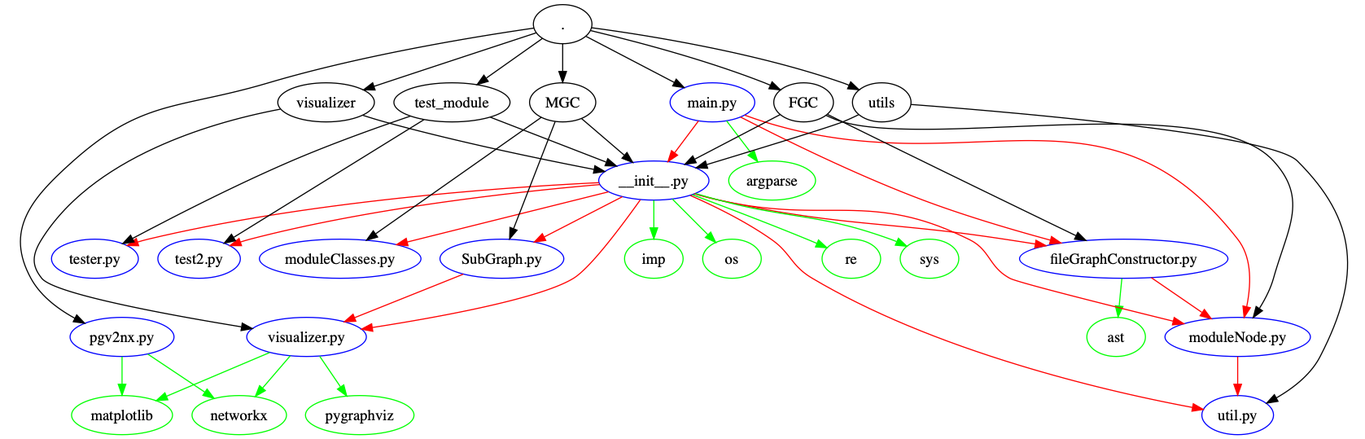
This is file_structure.png from reggiehsu111/PyDepends, a Graphviz export, as it was before one commit. Its source is kept beside it as file_structure.dot.
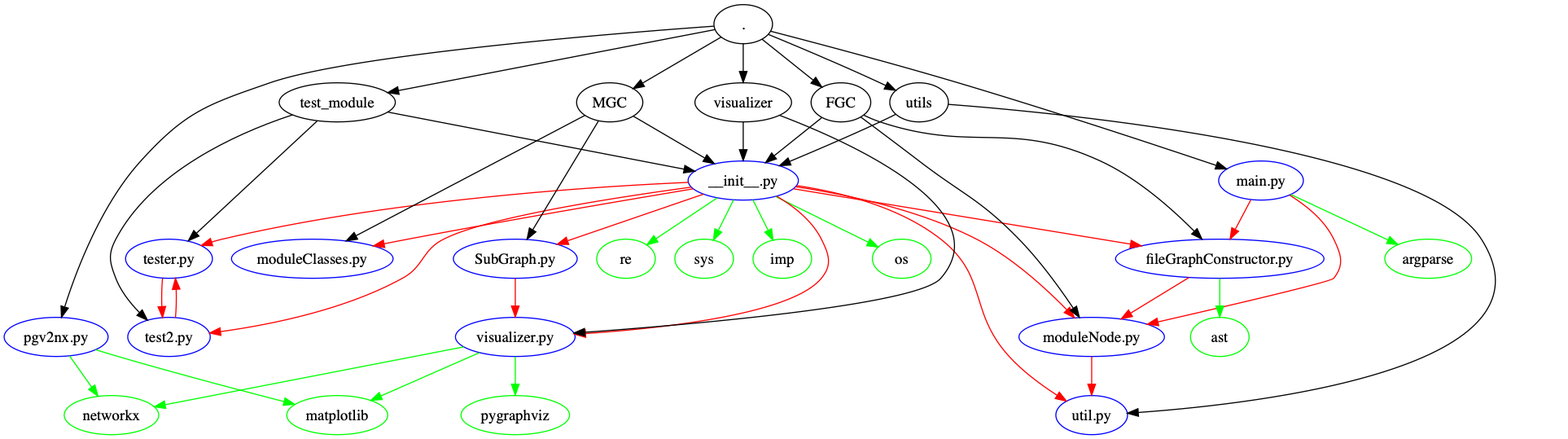
Above is the later version.

Diff of the diagram source:
```diff
@@ -1,187 +1,188 @@
 digraph "" {
-	graph [bb="0,0,1223.3,396"];
+	graph [bb="0,0,1373.8,396"];
 	node [label="\N"];
 	networkx	 [color=green,
 		height=0.5,
-		pos="201.82,18",
+		pos="98.692,18",
 		width=1.2085];
 	"pgv2nx.py"	 [color=blue,
 		height=0.5,
-		pos="93.817,90",
+		pos="47.692,90",
 		width=1.3248];
 	"pgv2nx.py" -> networkx	 [color=green,
-		pos="e,178.54,33.516 117.52,74.199 132.96,63.906 153.28,50.356 170.11,39.139"];
+		pos="e,86.283,35.518 60.037,72.571 66.131,63.968 73.605,53.416 80.352,43.891"];
 	matplotlib	 [color=green,
 		height=0.5,
-		pos="93.817,18",
+		pos="306.69,18",
 		width=1.2906];
 	"pgv2nx.py" -> matplotlib	 [color=green,
-		pos="e,93.817,36.413 93.817,71.831 93.817,64.131 93.817,54.974 93.817,46.417"];
+		pos="e,267.45,27.938 84.107,78.234 90.931,76.105 98.016,73.945 104.69,72 156.69,56.848 216.69,41.015 257.7,30.442"];
 	argparse	 [color=green,
 		height=0.5,
-		pos="692.82,234",
+		pos="1311.7,162",
 		width=1.1084];
 	"main.py"	 [color=blue,
 		height=0.5,
-		pos="637.82,306",
+		pos="1157.7,234",
 		width=1.079];
 	"main.py" -> argparse	 [color=green,
-		pos="e,679.49,251.44 650.85,288.94 657.53,280.19 665.81,269.35 673.24,259.63"];
+		pos="e,1283.9,175 1185.2,221.13 1210.1,209.48 1247.1,192.22 1274.6,179.36"];
 	"fileGraphConstructor.py"	 [color=blue,
 		height=0.5,
-		pos="1016.8,162",
+		pos="1119.7,162",
 		width=2.6621];
 	"main.py" -> "fileGraphConstructor.py"	 [color=red,
-		pos="e,959,176.48 663.64,292.5 700.32,273.67 769.95,239.23 831.82,216 870.04,201.65 913.86,188.71 949.25,179.1"];
+		pos="e,1129.2,180.09 1148.3,216.2 1144,208.04 1138.8,198.19 1134,189.14"];
 	"moduleNode.py"	 [color=blue,
 		height=0.5,
-		pos="1121.8,90",
+		pos="1001.7,90",
 		width=1.8567];
 	"main.py" -> "moduleNode.py"	 [color=red,
-		pos="e,1127.7,107.98 667.59,294.22 673.58,292.03 679.87,289.85 685.82,288 876.49,228.85 998.79,337.22 1121.8,180 1135.4,162.69 1134,137.21 \
-1130.1,117.78"];
+		pos="e,1052.9,101.58 1184,220.58 1198.9,211.38 1216.2,197.65 1224.7,180 1231.6,165.57 1234.6,156.57 1224.7,144 1222.1,140.73 1127.8,118.7 \
+1062.7,103.81"];
+	"fileGraphConstructor.py" -> "moduleNode.py"	 [color=red,
+		pos="e,1028.9,106.61 1091.4,144.75 1075.3,134.91 1054.9,122.46 1037.6,111.92"];
+	ast	 [color=green,
+		height=0.5,
+		pos="1119.7,90",
+		width=0.75];
+	"fileGraphConstructor.py" -> ast	 [color=green,
+		pos="e,1119.7,108.41 1119.7,143.83 1119.7,136.13 1119.7,126.97 1119.7,118.42"];
+	"util.py"	 [color=blue,
+		height=0.5,
+		pos="1001.7,18",
+		width=0.91539];
+	"moduleNode.py" -> "util.py"	 [color=red,
+		pos="e,1001.7,36.413 1001.7,71.831 1001.7,64.131 1001.7,54.974 1001.7,46.417"];
+	"tester.py"	 [color=blue,
+		height=0.5,
+		pos="151.69,162",
+		width=1.1063];
+	"test2.py"	 [color=blue,
+		height=0.5,
+		pos="151.69,90",
+		width=1.0518];
+	"tester.py" -> "test2.py"	 [color=red,
+		pos="e,145.76,107.91 145.74,143.83 144.98,136.01 144.76,126.69 145.09,118.02"];
+	"test2.py" -> "tester.py"	 [color=red,
+		pos="e,157.64,143.83 157.62,107.91 158.39,115.7 158.62,125.01 158.3,133.69"];
 	"__init__.py"	 [color=blue,
 		height=0.5,
-		pos="583.82,234",
+		pos="680.69,234",
 		width=1.4067];
-	"main.py" -> "__init__.py"	 [color=red,
-		pos="e,596.9,251.44 625.02,288.94 618.46,280.19 610.33,269.35 603.04,259.63"];
-	"fileGraphConstructor.py" -> "moduleNode.py"	 [color=red,
-		pos="e,1097.4,106.77 1042.2,144.57 1056.2,134.97 1073.8,122.94 1088.8,112.62"];
-	ast	 [color=green,
-		height=0.5,
-		pos="1009.8,90",
-		width=0.75];
-	"fileGraphConstructor.py" -> ast	 [color=green,
-		pos="e,1011.6,108.41 1015.1,143.83 1014.3,136.13 1013.4,126.97 1012.6,118.42"];
-	"util.py"	 [color=blue,
-		height=0.5,
-		pos="1121.8,18",
-		width=0.91539];
-	"moduleNode.py" -> "util.py"	 [color=red,
-		pos="e,1121.8,36.413 1121.8,71.831 1121.8,64.131 1121.8,54.974 1121.8,46.417"];
 	"__init__.py" -> "fileGraphConstructor.py"	 [color=red,
-		pos="e,945.26,173.99 621.35,221.77 628.74,219.63 636.48,217.59 643.82,216 759.11,190.97 790.15,197.53 906.82,180 916.05,178.61 925.71,\
-177.11 935.3,175.58"];
+		pos="e,1047.4,173.86 726.84,226.43 800.47,214.36 945.54,190.56 1037.3,175.51"];
 	"__init__.py" -> "moduleNode.py"	 [color=red,
-		pos="e,1072.2,102.11 621.38,221.88 628.77,219.74 636.5,217.66 643.82,216 744.71,193.08 780.96,225.64 873.82,180 894.7,169.74 891.46,155.26 \
-911.82,144 918.57,140.27 1002.7,119.19 1062.4,104.5"];
+		pos="e,985.86,107.65 729.04,228.29 774.14,221.5 842.3,207.46 895.69,180 927.86,163.45 958.69,135.44 978.73,115.05"];
 	"__init__.py" -> "util.py"	 [color=red,
-		pos="e,1090.1,23.224 617.37,220.31 639.44,210.57 668.47,196.36 691.82,180 710.87,166.65 709.8,155.85 729.82,144 846.57,74.854 1005.7,\
-38.974 1080.2,25.045"];
-	"tester.py"	 [color=blue,
-		height=0.5,
-		pos="68.817,162",
-		width=1.1063];
+		pos="e,978.44,30.912 730.05,229.36 769.49,223.46 824.32,210.12 862.69,180 906.4,145.68 888.2,113.02 925.69,72 938.35,58.149 955.13,45.769 \
+969.71,36.367"];
 	"__init__.py" -> "tester.py"	 [color=red,
-		pos="e,98.532,174.19 533.14,232.05 446.82,227.86 266.18,215.32 117.82,180 114.64,179.24 111.39,178.35 108.15,177.36"];
-	"test2.py"	 [color=blue,
-		height=0.5,
-		pos="164.82,162",
-		width=1.0518];
+		pos="e,181.4,174.2 630.26,232.3 542.06,228.45 354.53,216.35 200.69,180 197.52,179.25 194.27,178.35 191.02,177.37"];
 	"__init__.py" -> "test2.py"	 [color=red,
-		pos="e,193.32,174.07 534.08,230.3 462.07,224.16 325.01,209.5 211.82,180 208.87,179.23 205.85,178.34 202.84,177.37"];
+		pos="e,189.16,93.574 632.77,227.91 564.67,218.7 443.81,200.16 404.69,180 384.01,169.34 387.08,155.2 366.69,144 313.65,114.87 244.64,101.15 \
+199.3,94.902"];
 	os	 [color=green,
 		height=0.5,
-		pos="655.82,162",
+		pos="826.69,162",
 		width=0.75];
 	"__init__.py" -> os	 [color=green,
-		pos="e,640.83,176.99 600.88,216.94 610.65,207.17 623.02,194.79 633.55,184.26"];
+		pos="e,804.9,172.75 710.59,219.26 735.44,207 770.69,189.62 795.81,177.23"];
 	"moduleClasses.py"	 [color=blue,
 		height=0.5,
-		pos="294.82,162",
+		pos="283.69,162",
 		width=2.0616];
 	"__init__.py" -> "moduleClasses.py"	 [color=red,
-		pos="e,346.79,174.95 542.1,223.61 493.44,211.48 412.53,191.33 356.58,177.39"];
+		pos="e,339.98,173.76 634.55,226.36 574.08,216.26 464.79,197.65 371.69,180 364.63,178.66 357.27,177.22 349.93,175.76"];
 	"visualizer.py"	 [color=blue,
 		height=0.5,
-		pos="263.82,90",
+		pos="470.69,90",
 		width=1.5293];
 	"__init__.py" -> "visualizer.py"	 [color=red,
-		pos="e,314.45,97.12 571.39,216.25 554.62,192.79 525.09,153.35 509.82,144 479.26,125.29 387.02,108.41 324.59,98.678"];
+		pos="e,525.4,92.461 711.47,219.56 726.86,210.54 744.03,197.33 752.69,180 759.85,165.69 762.89,156.33 752.69,144 725.69,111.34 610.19,\
+98.245 535.64,93.131"];
 	re	 [color=green,
 		height=0.5,
-		pos="765.82,162",
+		pos="572.69,162",
 		width=0.75];
 	"__init__.py" -> re	 [color=green,
-		pos="e,743.34,172.1 619.06,221.04 647.69,210.38 689.05,194.69 724.82,180 727.84,178.76 730.97,177.44 734.1,176.11"];
+		pos="e,591.92,174.82 656.72,218.02 640.11,206.94 617.93,192.16 600.53,180.56"];
 	sys	 [color=green,
 		height=0.5,
-		pos="837.82,162",
+		pos="644.69,162",
 		width=0.75];
 	"__init__.py" -> sys	 [color=green,
-		pos="e,816.87,173.53 622.12,222.09 629.3,219.98 636.77,217.86 643.82,216 713.46,197.64 734.01,204.28 801.82,180 803.69,179.33 805.6,178.58 \
-807.5,177.79"];
+		pos="e,653.24,179.1 671.79,216.2 667.59,207.8 662.49,197.59 657.85,188.31"];
 	imp	 [color=green,
 		height=0.5,
-		pos="583.82,162",
+		pos="716.69,162",
 		width=0.75];
 	"__init__.py" -> imp	 [color=green,
-		pos="e,583.82,180.41 583.82,215.83 583.82,208.13 583.82,198.97 583.82,190.42"];
+		pos="e,708.14,179.1 689.59,216.2 693.79,207.8 698.9,197.59 703.53,188.31"];
 	"SubGraph.py"	 [color=blue,
 		height=0.5,
-		pos="443.82,162",
+		pos="470.69,162",
 		width=1.584];
 	"__init__.py" -> "SubGraph.py"	 [color=red,
-		pos="e,473.75,177.4 554.81,219.08 533.97,208.37 505.65,193.8 482.84,182.07"];
+		pos="e,509.34,175.25 644.11,221.46 609.49,209.59 557.27,191.69 519.19,178.63"];
 	"visualizer.py" -> networkx	 [color=green,
-		pos="e,216.69,35.269 248.81,72.571 241.19,63.727 231.8,52.824 223.43,43.094"];
+		pos="e,138.25,25.657 423.2,80.808 352.54,67.131 220.35,41.546 148.41,27.624"];
 	"visualizer.py" -> matplotlib	 [color=green,
-		pos="e,125.45,31.4 229.82,75.603 202.49,64.026 163.99,47.718 134.92,35.408"];
+		pos="e,337.61,31.574 437.5,75.43 411.38,63.961 374.87,47.931 347.05,35.72"];
 	pygraphviz	 [color=green,
 		height=0.5,
-		pos="312.82,18",
+		pos="470.69,18",
 		width=1.3858];
 	"visualizer.py" -> pygraphviz	 [color=green,
-		pos="e,300.84,35.593 275.93,72.202 281.69,63.745 288.68,53.468 295.02,44.147"];
+		pos="e,470.69,36.413 470.69,71.831 470.69,64.131 470.69,54.974 470.69,46.417"];
 	"SubGraph.py" -> "visualizer.py"	 [color=red,
-		pos="e,298.69,103.95 408.25,147.78 379.6,136.31 339.14,120.13 308.33,107.81"];
+		pos="e,470.69,108.41 470.69,143.83 470.69,136.13 470.69,126.97 470.69,118.42"];
 	"."	 [color=black,
 		height=0.5,
-		pos="499.82,378",
+		pos="680.69,378",
 		width=0.75];
-	"." -> "pgv2nx.py"	 [pos="e,59.362,102.6 473.27,374.37 424.28,367.3 316.66,350.08 228.82,324 146.22,299.48 113.17,309.29 48.817,252 10.701,218.06 -14.638,\
-188.79 9.8171,144 18.637,127.85 34.588,115.8 50.238,107.24"];
-	"." -> "main.py"	 [pos="e,611.7,319.63 521.38,366.75 543.12,355.41 577.04,337.71 602.67,324.34"];
+	"." -> "pgv2nx.py"	 [pos="e,52.617,108 653.54,376.13 570.54,370.18 321.17,350.51 244.69,324 186.28,303.75 167.27,297.74 125.69,252 89.541,212.22 66.733,152.67 \
+55.674,117.93"];
+	"." -> "main.py"	 [pos="e,1126,244.73 706.11,371.46 743.9,361.66 817.05,342.34 878.69,324 963.65,298.73 1062.1,266.19 1116.4,247.96"];
 	test_module	 [color=black,
 		height=0.5,
-		pos="397.82,306",
+		pos="306.69,306",
 		width=1.4815];
-	"." -> test_module	 [pos="e,421.06,322.41 481.11,364.79 466.71,354.63 446.48,340.35 429.56,328.41"];
+	"." -> test_module	 [pos="e,353.17,314.95 654.69,372.99 594.66,361.44 445.27,332.68 363.09,316.86"];
 	MGC	 [color=black,
 		height=0.5,
-		pos="499.82,306",
+		pos="557.69,306",
 		width=0.84042];
-	"." -> MGC	 [pos="e,499.82,324.41 499.82,359.83 499.82,352.13 499.82,342.97 499.82,334.42"];
+	"." -> MGC	 [pos="e,579.27,318.63 660.38,366.11 640.71,354.6 610.64,336.99 588.11,323.81"];
 	utils	 [color=black,
 		height=0.5,
-		pos="793.82,306",
+		pos="842.69,306",
 		width=0.75];
-	"." -> utils	 [pos="e,772.89,317.59 526.42,374.73 573.9,368.4 675.92,352.51 757.82,324 759.7,323.35 761.61,322.61 763.51,321.83"];
+	"." -> utils	 [pos="e,821.09,317.06 704.1,368.45 729.53,357.97 771.28,340.42 806.69,324 808.45,323.18 810.25,322.33 812.06,321.47"];
 	FGC	 [color=black,
 		height=0.5,
-		pos="721.82,306",
+		pos="770.69,306",
 		width=0.75861];
-	"." -> FGC	 [pos="e,700.4,317.5 525.57,372.09 561.93,363.4 630.08,345.82 685.82,324 687.62,323.29 689.46,322.53 691.3,321.73"];
+	"." -> FGC	 [pos="e,753.08,320.09 698.04,364.12 711.41,353.43 730.07,338.49 745.14,326.44"];
 	visualizer	 [color=black,
 		height=0.5,
-		pos="281.82,306",
+		pos="680.69,306",
 		width=1.2356];
-	"." -> visualizer	 [pos="e,316.38,317.54 475.36,369.98 443.3,359.45 385.33,340.4 335.82,324 332.67,322.96 329.43,321.88 326.16,320.8"];
-	test_module -> "__init__.py"	 [pos="e,549.47,247.3 433.24,292.29 463.52,280.57 507.23,263.65 539.76,251.05"];
-	test_module -> "tester.py"	 [pos="e,94.466,175.89 359.65,293.39 329.49,283.11 286.51,267.76 249.82,252 197.87,229.69 139.62,199.82 103.58,180.74"];
-	test_module -> "test2.py"	 [pos="e,187.97,176.31 371.99,290.04 329.11,263.54 243.35,210.54 196.75,181.73"];
-	MGC -> "__init__.py"	 [pos="e,564.38,250.66 517.22,291.08 528.6,281.33 543.71,268.38 556.65,257.29"];
-	MGC -> "moduleClasses.py"	 [pos="e,319.13,179.08 480.16,292.19 444.91,267.43 370.61,215.24 327.56,185"];
-	MGC -> "SubGraph.py"	 [pos="e,450.92,180.26 492.95,288.34 483.39,263.75 465.96,218.95 454.64,189.84"];
-	utils -> "__init__.py"	 [pos="e,622.83,245.74 772.38,294.57 767.65,292.25 762.61,289.93 757.82,288 745.97,283.24 679.81,262.99 632.59,248.69"];
-	utils -> "util.py"	 [pos="e,1148.5,29 820.75,304.05 903.74,297.81 1151.5,277.19 1176.8,252 1233.9,195.18 1234.8,143.57 1197.8,72 1189.2,55.288 1172.7,42.622 \
-1157.3,33.772"];
-	FGC -> "fileGraphConstructor.py"	 [pos="e,981.99,178.8 743.88,294.92 748.48,292.62 753.3,290.23 757.82,288 833.18,250.83 921.2,208.17 972.79,183.24"];
-	FGC -> "moduleNode.py"	 [pos="e,1136.1,107.8 742.61,293.97 747.46,291.63 752.71,289.45 757.82,288 843.02,263.77 1095.1,317.41 1154.8,252 1187.2,216.56 1167.8,\
-190.21 1154.8,144 1152.1,134.37 1147.1,124.76 1141.9,116.37"];
-	FGC -> "__init__.py"	 [pos="e,612.41,248.92 700.25,294.75 679.19,283.76 646.69,266.81 621.38,253.6"];
-	visualizer -> "__init__.py"	 [pos="e,538.66,242.32 315.64,294.11 322.29,291.95 329.24,289.81 335.82,288 401.41,269.98 478.07,254.06 528.6,244.26"];
-	visualizer -> "visualizer.py"	 [pos="e,213.89,97.654 239.8,299.76 178.97,288.22 68.375,257.23 19.817,180 11.301,166.45 9.8001,156.48 19.817,144 31.363,129.62 135.2,110.52 \
-203.64,99.316"];
+	"." -> visualizer	 [pos="e,680.69,324.41 680.69,359.83 680.69,352.13 680.69,342.97 680.69,334.42"];
+	test_module -> "tester.py"	 [pos="e,169.58,178.62 288.3,288.92 260.65,263.23 208.29,214.59 177.04,185.55"];
+	test_module -> "test2.py"	 [pos="e,131.82,105.44 265.56,294.52 216.21,278.25 135.97,243.16 102.69,180 95.234,165.84 96.929,158.93 102.69,144 107.29,132.1 115.86,\
+121.2 124.56,112.36"];
+	test_module -> "__init__.py"	 [pos="e,636.12,242.58 353.3,297.03 422.59,283.69 552.49,258.68 626.12,244.51"];
+	MGC -> "__init__.py"	 [pos="e,654.06,249.59 579.4,293.29 597.62,282.63 624.02,267.18 645.29,254.72"];
+	MGC -> "moduleClasses.py"	 [pos="e,314.97,178.44 534.8,293.97 488.29,269.52 382.2,213.77 323.9,183.13"];
+	MGC -> "SubGraph.py"	 [pos="e,481.55,179.96 547.37,288.92 532.42,264.18 504.61,218.14 486.91,188.84"];
+	utils -> "util.py"	 [pos="e,1034.6,19.737 869.62,304.14 968.17,296.69 1306.4,265.14 1360.7,180 1436.8,60.779 1155.6,28.457 1044.8,20.439"];
+	utils -> "__init__.py"	 [pos="e,714.09,247.68 821.09,294.94 816.37,292.6 811.38,290.18 806.69,288 779.25,275.27 747.99,261.87 723.47,251.6"];
+	FGC -> "fileGraphConstructor.py"	 [pos="e,1103.3,180.09 791.58,294.29 796.43,291.93 801.65,289.67 806.69,288 893.68,259.21 926.43,290.25 1009.7,252 1043.4,236.5 1075.5,\
+208.11 1096.2,187.35"];
+	FGC -> "moduleNode.py"	 [pos="e,990.37,108.01 789.12,292.34 803.71,281.49 824.58,265.87 842.69,252 883.91,220.42 898.42,217.15 934.69,180 953.84,160.39 972.18,\
+135.14 984.82,116.38"];
+	FGC -> "__init__.py"	 [pos="e,701.27,250.46 752.91,291.78 740.49,281.84 723.64,268.36 709.34,256.92"];
+	visualizer -> "__init__.py"	 [pos="e,680.69,252.41 680.69,287.83 680.69,280.13 680.69,270.97 680.69,262.42"];
+	visualizer -> "visualizer.py"	 [pos="e,524.68,93.548 714.21,294.07 780.5,268.73 917.38,206.74 862.69,144 841.5,119.69 640.55,101.99 534.91,94.285"];
 }
```
